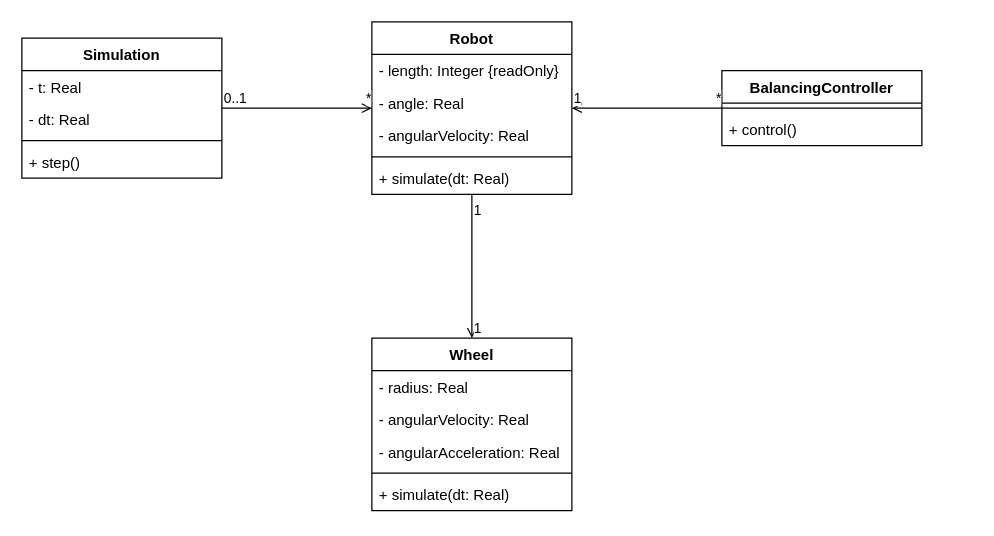
Above: Diagrams/Class Diagram.drawio in highestPACE/balance-avoidance-simulator (draw.io), before the change. Source tidied: cells renumbered, new cells numbered last; positions are measured from the earlier drawing's top-left corner, leaving out a move shared by most shapes. Both pictures are drawn from the tidied source at 125%, with x=0, y=0 at pixel (21, 21).
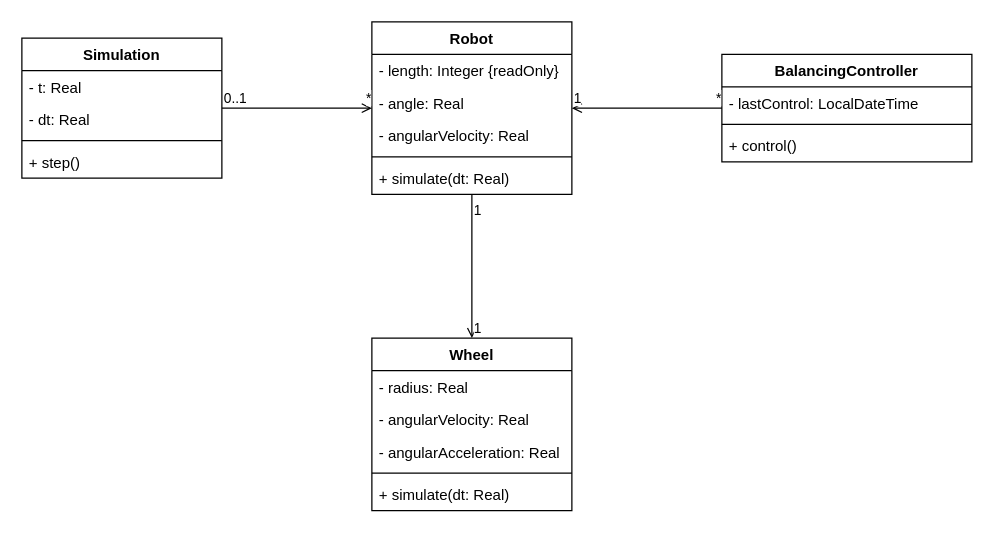
The same diagram, later.

Commit message (it also covers changes not shown here):
Added lastControl-Timestamp to BalancingController for more precise control

Diff of the diagram source:
```diff
@@
     <mxCell id="25" value="BalancingController" style="swimlane;fontStyle=1;align=center;verticalAlign=top;horizontal=1;startSize=26;whiteSpace=wrap;html=1;" parent="1" vertex="1">
-      <mxGeometry x="560" y="39" width="160" height="60" as="geometry" />
+      <mxGeometry x="560" y="26" width="200" height="86" as="geometry" />
     </mxCell>
+    <mxCell id="31" value="- lastControl: LocalDateTime" style="text;strokeColor=none;fillColor=none;align=left;verticalAlign=top;spacingLeft=4;spacingRight=4;overflow=hidden;whiteSpace=wrap;html=1;" parent="25" vertex="1">
+      <mxGeometry y="26" width="200" height="26" as="geometry" />
+    </mxCell>
     <mxCell id="26" style="line;strokeWidth=1;fillColor=none;align=left;verticalAlign=middle;spacingTop=-1;spacingLeft=3;spacingRight=3;labelPosition=right;strokeColor=inherit;" parent="25" vertex="1">
-      <mxGeometry y="26" width="160" height="8" as="geometry" />
+      <mxGeometry y="52" width="200" height="8" as="geometry" />
     </mxCell>
     <mxCell id="27" value="+ control()" style="text;strokeColor=none;fillColor=none;align=left;verticalAlign=top;spacingLeft=4;spacingRight=4;overflow=hidden;whiteSpace=wrap;html=1;" parent="25" vertex="1">
-      <mxGeometry y="34" width="160" height="26" as="geometry" />
+      <mxGeometry y="60" width="200" height="26" as="geometry" />
     </mxCell>
```
